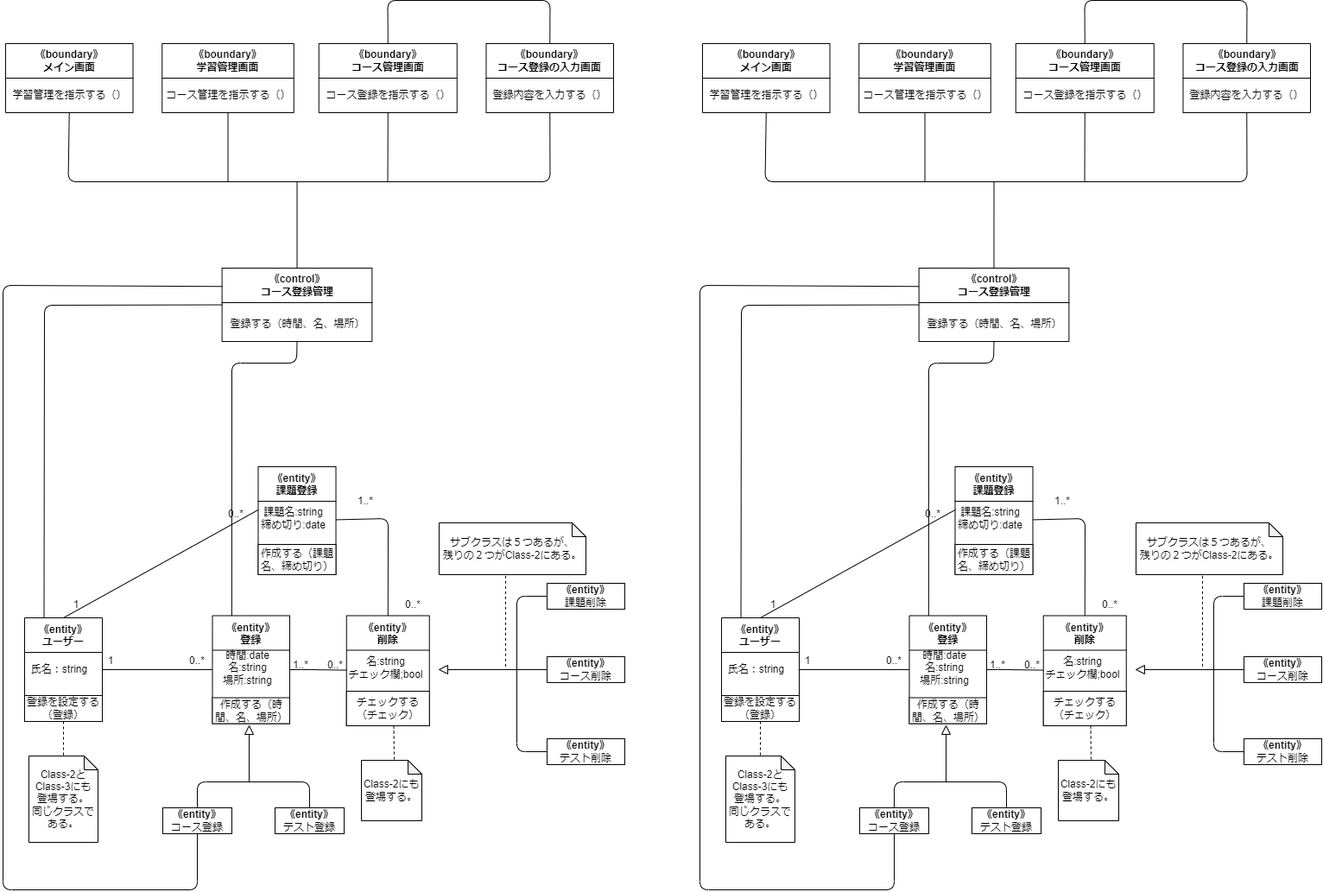
Above: 分析Class1.drawio.png in Hu-Hanxu/First-App-Self-Management- (draw.io), before the change. Source tidied: cells renumbered, new cells last; positions are measured from the earlier drawing's top-left corner, leaving out a move shared by most shapes.
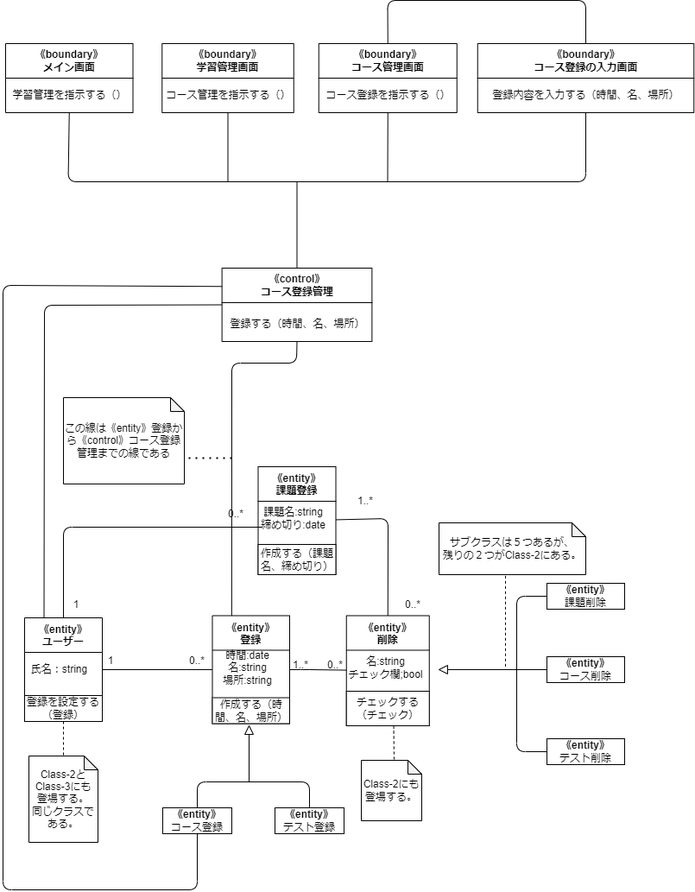
Later version of the same file.

Diff of the diagram source:
```diff
@@ -110,8 +110,12 @@
     <mxCell id="31" value="0..*" style="text;html=1;strokeColor=none;fillColor=none;align=center;verticalAlign=middle;whiteSpace=wrap;rounded=0;" parent="1" vertex="1">
       <mxGeometry x="198" y="750" width="60" height="30" as="geometry" />
     </mxCell>
-    <mxCell id="32" style="endArrow=none;html=1;exitX=0.5;exitY=0;exitDx=0;exitDy=0;entryX=0.1;entryY=0.25;entryDx=0;entryDy=0;entryPerimeter=0;" parent="1" edge="1" source="26" target="6">
-      <mxGeometry relative="1" as="geometry" />
+    <mxCell id="32" style="endArrow=none;html=1;exitX=0.5;exitY=0;exitDx=0;exitDy=0;entryX=1;entryY=1;entryDx=0;entryDy=0;" parent="1" edge="1" source="26" target="34">
+      <mxGeometry relative="1" as="geometry">
+        <Array as="points">
+          <mxPoint x="73" y="610" />
+        </Array>
+      </mxGeometry>
     </mxCell>
     <mxCell id="33" value="1" style="text;html=1;strokeColor=none;fillColor=none;align=center;verticalAlign=middle;whiteSpace=wrap;rounded=0;" parent="1" vertex="1">
       <mxGeometry x="58" y="685" width="60" height="30" as="geometry" />
@@ -167,16 +171,16 @@
       <mxGeometry x="-5" y="45" width="170" height="30" as="geometry" />
     </mxCell>
     <mxCell id="49" value="《boundary》&lt;br&gt;コース登録の入力画面" style="swimlane;whiteSpace=wrap;html=1;startSize=40;" parent="1" vertex="1">
-      <mxGeometry x="562.5" y="50" width="147.5" height="80" as="geometry" />
+      <mxGeometry x="552.8" y="50" width="250.5" height="80" as="geometry" />
     </mxCell>
-    <mxCell id="50" value="登録内容を入力する（）" style="text;html=1;align=center;verticalAlign=middle;strokeColor=none;fillColor=none;" parent="49" vertex="1">
-      <mxGeometry x="-6.2" y="45" width="160" height="30" as="geometry" />
+    <mxCell id="50" value="登録内容を入力する（時間、名、場所）" style="text;html=1;align=center;verticalAlign=middle;strokeColor=none;fillColor=none;" parent="49" vertex="1">
+      <mxGeometry x="5.2" y="45" width="240" height="30" as="geometry" />
     </mxCell>
     <mxCell id="51" style="endArrow=none;html=1;exitX=0.5;exitY=1;exitDx=0;exitDy=0;entryX=0.5;entryY=1;entryDx=0;entryDy=0;" parent="1" edge="1" source="43" target="49">
       <mxGeometry relative="1" as="geometry">
         <Array as="points">
           <mxPoint x="78.5" y="210" />
-          <mxPoint x="636.5" y="210" />
+          <mxPoint x="678" y="210" />
         </Array>
       </mxGeometry>
     </mxCell>
@@ -199,7 +203,7 @@
       <mxGeometry relative="1" as="geometry">
         <Array as="points">
           <mxPoint x="448.5" />
-          <mxPoint x="636.5" />
+          <mxPoint x="678" />
         </Array>
       </mxGeometry>
     </mxCell>
@@ -235,238 +239,14 @@
         </Array>
       </mxGeometry>
     </mxCell>
-    <mxCell id="61" value="《entity》&#10;登録" style="swimlane;startSize=40;" parent="1" vertex="1">
-      <mxGeometry x="1052.5" y="712.5" width="89.5" height="125" as="geometry" />
-    </mxCell>
-    <mxCell id="62" value="時間:date&lt;br&gt;名:string&lt;br&gt;場所:string" style="text;html=1;align=center;verticalAlign=middle;strokeColor=none;fillColor=none;" parent="61" vertex="1">
-      <mxGeometry y="30" width="80" height="60" as="geometry" />
-    </mxCell>
-    <mxCell id="63" value="作成する（時間、名、場所）" style="rounded=0;whiteSpace=wrap;html=1;" parent="61" vertex="1">
-      <mxGeometry y="95" width="89.5" height="30" as="geometry" />
-    </mxCell>
-    <mxCell id="64" value="《entity》&#10;課題登録" style="swimlane;startSize=40;" parent="1" vertex="1">
-      <mxGeometry x="1105.5" y="540" width="90" height="125" as="geometry" />
-    </mxCell>
-    <mxCell id="65" value="課題名:string&lt;br&gt;締め切り:date" style="text;html=1;align=center;verticalAlign=middle;points=[];strokeColor=none;fillColor=none;" parent="64" vertex="1">
-      <mxGeometry x="-10" y="40" width="100" height="40" as="geometry" />
-    </mxCell>
-    <mxCell id="66" value="作成する（課題名、締め切り）" style="rounded=0;whiteSpace=wrap;html=1;" parent="64" vertex="1">
-      <mxGeometry y="90" width="90" height="35" as="geometry" />
-    </mxCell>
-    <mxCell id="67" value="《entity》&#10;削除" style="swimlane;startSize=40;" parent="1" vertex="1">
-      <mxGeometry x="1207.8" y="712.5" width="96" height="127.5" as="geometry" />
-    </mxCell>
-    <mxCell id="68" value="名:string&lt;br&gt;チェック欄;bool" style="text;html=1;align=center;verticalAlign=middle;strokeColor=none;fillColor=none;" parent="67" vertex="1">
-      <mxGeometry x="-10" y="40" width="110" height="40" as="geometry" />
-    </mxCell>
-    <mxCell id="69" value="チェックする（チェック）" style="rounded=0;whiteSpace=wrap;html=1;" parent="67" vertex="1">
-      <mxGeometry y="87.5" width="96" height="40" as="geometry" />
-    </mxCell>
-    <mxCell id="70" style="endArrow=none;html=1;entryX=0.5;entryY=0;entryDx=0;entryDy=0;" parent="1" edge="1" source="64" target="67">
-      <mxGeometry relative="1" as="geometry">
-        <Array as="points">
-          <mxPoint x="1256" y="600" />
-        </Array>
-      </mxGeometry>
-    </mxCell>
-    <mxCell id="71" value="&lt;span style=&quot;font-weight: 700;&quot;&gt;《entity》&lt;/span&gt;&lt;br&gt;課題削除" style="rounded=0;whiteSpace=wrap;html=1;" parent="1" vertex="1">
-      <mxGeometry x="1440" y="675" width="90" height="30" as="geometry" />
-    </mxCell>
-    <mxCell id="72" value="&lt;span style=&quot;font-weight: 700;&quot;&gt;《entity》&lt;/span&gt;&lt;br&gt;コース削除" style="rounded=0;whiteSpace=wrap;html=1;" parent="1" vertex="1">
-      <mxGeometry x="1440" y="760" width="90" height="30" as="geometry" />
-    </mxCell>
-    <mxCell id="73" value="&lt;span style=&quot;font-weight: 700;&quot;&gt;《entity》&lt;/span&gt;&lt;br&gt;テスト削除" style="rounded=0;whiteSpace=wrap;html=1;" parent="1" vertex="1">
-      <mxGeometry x="1440" y="855" width="90" height="30" as="geometry" />
-    </mxCell>
-    <mxCell id="74" style="endArrow=none;html=1;" parent="1" edge="1" source="61" target="67">
-      <mxGeometry relative="1" as="geometry">
-        <Array as="points">
-          <mxPoint x="1165" y="775" />
-        </Array>
-      </mxGeometry>
-    </mxCell>
-    <mxCell id="75" value="&lt;span style=&quot;font-weight: 700;&quot;&gt;《entity》&lt;/span&gt;&lt;br&gt;コース登録" style="rounded=0;whiteSpace=wrap;html=1;" parent="1" vertex="1">
-      <mxGeometry x="995" y="935" width="80" height="30" as="geometry" />
-    </mxCell>
-    <mxCell id="76" value="&lt;span style=&quot;font-weight: 700;&quot;&gt;《entity》&lt;/span&gt;&lt;br&gt;テスト登録" style="rounded=0;whiteSpace=wrap;html=1;" parent="1" vertex="1">
-      <mxGeometry x="1125" y="935" width="80" height="30" as="geometry" />
-    </mxCell>
-    <mxCell id="77" value="1..*" style="text;html=1;strokeColor=none;fillColor=none;align=center;verticalAlign=middle;whiteSpace=wrap;rounded=0;" parent="1" vertex="1">
-      <mxGeometry x="1200" y="565" width="60" height="30" as="geometry" />
-    </mxCell>
-    <mxCell id="78" value="1..*" style="text;html=1;strokeColor=none;fillColor=none;align=center;verticalAlign=middle;whiteSpace=wrap;rounded=0;" parent="1" vertex="1">
-      <mxGeometry x="1125" y="755" width="60" height="30" as="geometry" />
-    </mxCell>
-    <mxCell id="79" value="0..*" style="text;html=1;strokeColor=none;fillColor=none;align=center;verticalAlign=middle;whiteSpace=wrap;rounded=0;" parent="1" vertex="1">
-      <mxGeometry x="1165" y="755" width="60" height="30" as="geometry" />
-    </mxCell>
-    <mxCell id="80" value="0..*" style="text;html=1;strokeColor=none;fillColor=none;align=center;verticalAlign=middle;whiteSpace=wrap;rounded=0;" parent="1" vertex="1">
-      <mxGeometry x="1255" y="685" width="60" height="30" as="geometry" />
-    </mxCell>
-    <mxCell id="81" style="endArrow=none;html=1;exitX=0.5;exitY=0;exitDx=0;exitDy=0;entryX=0.5;entryY=0;entryDx=0;entryDy=0;" parent="1" edge="1" source="75" target="76">
-      <mxGeometry relative="1" as="geometry">
-        <Array as="points">
-          <mxPoint x="1035" y="905" />
-          <mxPoint x="1165" y="905" />
-        </Array>
-      </mxGeometry>
-    </mxCell>
-    <mxCell id="82" style="endArrow=none;html=1;entryX=0;entryY=0.5;entryDx=0;entryDy=0;exitX=0;exitY=0.5;exitDx=0;exitDy=0;" parent="1" edge="1" source="73" target="71">
-      <mxGeometry relative="1" as="geometry">
-        <Array as="points">
-          <mxPoint x="1405" y="870" />
-          <mxPoint x="1405" y="690" />
-        </Array>
-      </mxGeometry>
-    </mxCell>
-    <mxCell id="83" style="endArrow=none;html=1;entryX=0;entryY=0.5;entryDx=0;entryDy=0;exitX=0;exitY=0.5;exitDx=0;exitDy=0;" parent="1" edge="1" source="84" target="72">
-      <mxGeometry relative="1" as="geometry" />
-    </mxCell>
-    <mxCell id="84" style="triangle;whiteSpace=wrap;html=1;direction=west;" parent="1" vertex="1">
-      <mxGeometry x="1315" y="770" width="10" height="10" as="geometry" />
-    </mxCell>
-    <mxCell id="85" value="《entity》&#10;ユーザー" style="swimlane;startSize=40;" parent="1" vertex="1">
-      <mxGeometry x="835" y="715" width="90" height="120" as="geometry" />
-    </mxCell>
-    <mxCell id="86" value="氏名：string" style="text;html=1;align=center;verticalAlign=middle;strokeColor=none;fillColor=none;" parent="85" vertex="1">
-      <mxGeometry x="-5" y="45" width="90" height="30" as="geometry" />
-    </mxCell>
-    <mxCell id="87" value="登録を設定する（登録）" style="rounded=0;whiteSpace=wrap;html=1;" parent="85" vertex="1">
-      <mxGeometry y="90" width="90" height="30" as="geometry" />
-    </mxCell>
-    <mxCell id="88" style="endArrow=none;html=1;" parent="1" edge="1" source="85" target="61">
-      <mxGeometry relative="1" as="geometry" />
-    </mxCell>
-    <mxCell id="89" value="1" style="text;html=1;strokeColor=none;fillColor=none;align=center;verticalAlign=middle;whiteSpace=wrap;rounded=0;" parent="1" vertex="1">
-      <mxGeometry x="905" y="750" width="60" height="30" as="geometry" />
-    </mxCell>
-    <mxCell id="90" value="0..*" style="text;html=1;strokeColor=none;fillColor=none;align=center;verticalAlign=middle;whiteSpace=wrap;rounded=0;" parent="1" vertex="1">
-      <mxGeometry x="1005" y="750" width="60" height="30" as="geometry" />
-    </mxCell>
-    <mxCell id="91" style="endArrow=none;html=1;exitX=0.5;exitY=0;exitDx=0;exitDy=0;entryX=0.1;entryY=0.25;entryDx=0;entryDy=0;entryPerimeter=0;" parent="1" edge="1" source="85" target="65">
-      <mxGeometry relative="1" as="geometry" />
-    </mxCell>
-    <mxCell id="92" value="1" style="text;html=1;strokeColor=none;fillColor=none;align=center;verticalAlign=middle;whiteSpace=wrap;rounded=0;" parent="1" vertex="1">
-      <mxGeometry x="865" y="685" width="60" height="30" as="geometry" />
-    </mxCell>
-    <mxCell id="93" value="0..*" style="text;html=1;strokeColor=none;fillColor=none;align=center;verticalAlign=middle;whiteSpace=wrap;rounded=0;" parent="1" vertex="1">
-      <mxGeometry x="1050" y="580" width="60" height="30" as="geometry" />
-    </mxCell>
-    <mxCell id="94" style="endArrow=none;dashed=1;html=1;exitX=0.5;exitY=1;exitDx=0;exitDy=0;entryX=0.5;entryY=0;entryDx=0;entryDy=0;entryPerimeter=0;" parent="1" edge="1" source="85" target="95">
-      <mxGeometry relative="1" as="geometry" />
-    </mxCell>
-    <mxCell id="95" value="Class-2と&lt;br&gt;Class-3にも&lt;br&gt;登場する。&lt;br&gt;同じクラスである。" style="shape=note;whiteSpace=wrap;html=1;backgroundOutline=1;darkOpacity=0.05;size=16;" parent="1" vertex="1">
-      <mxGeometry x="840" y="875" width="80" height="100" as="geometry" />
-    </mxCell>
-    <mxCell id="96" style="endArrow=none;dashed=1;html=1;exitX=0.5;exitY=1;exitDx=0;exitDy=0;" parent="1" edge="1">
-      <mxGeometry relative="1" as="geometry">
-        <mxPoint x="1262.5" y="840" as="sourcePoint" />
-        <mxPoint x="1263" y="880" as="targetPoint" />
-      </mxGeometry>
-    </mxCell>
-    <mxCell id="97" value="Class-2にも&lt;br&gt;登場する。" style="shape=note;whiteSpace=wrap;html=1;backgroundOutline=1;darkOpacity=0.05;size=16;" parent="1" vertex="1">
-      <mxGeometry x="1225" y="880" width="70" height="70" as="geometry" />
-    </mxCell>
-    <mxCell id="98" style="endArrow=none;dashed=1;html=1;exitX=0.453;exitY=1.022;exitDx=0;exitDy=0;exitPerimeter=0;" parent="1" edge="1" source="99">
-      <mxGeometry relative="1" as="geometry">
-        <mxPoint x="1392" y="775" as="targetPoint" />
-      </mxGeometry>
-    </mxCell>
-    <mxCell id="99" value="サブクラスは５つあるが、&lt;br&gt;残りの２つがClass-2にある。" style="shape=note;whiteSpace=wrap;html=1;backgroundOutline=1;darkOpacity=0.05;size=16;" parent="1" vertex="1">
-      <mxGeometry x="1315" y="605" width="170" height="60" as="geometry" />
-    </mxCell>
-    <mxCell id="100" value="&lt;span style=&quot;&quot;&gt;《control》&lt;br&gt;コース登録管理&lt;br&gt;&lt;/span&gt;" style="swimlane;whiteSpace=wrap;html=1;startSize=40;" parent="1" vertex="1">
-      <mxGeometry x="1063.6" y="310" width="173.8" height="85" as="geometry" />
-    </mxCell>
-    <mxCell id="101" value="登録する（時間、名、場所）" style="text;html=1;align=center;verticalAlign=middle;strokeColor=none;fillColor=none;" parent="100" vertex="1">
-      <mxGeometry x="-3.1" y="50" width="180" height="30" as="geometry" />
-    </mxCell>
-    <mxCell id="102" value="《boundary》&lt;br&gt;メイン画面" style="swimlane;whiteSpace=wrap;html=1;startSize=40;" parent="1" vertex="1">
-      <mxGeometry x="813" y="50" width="147.5" height="80" as="geometry" />
-    </mxCell>
-    <mxCell id="103" value="学習管理を指示する（）" style="text;html=1;align=center;verticalAlign=middle;strokeColor=none;fillColor=none;" parent="102" vertex="1">
-      <mxGeometry x="-6.2" y="45" width="160" height="30" as="geometry" />
-    </mxCell>
-    <mxCell id="104" value="《boundary》&lt;br&gt;学習管理画面" style="swimlane;whiteSpace=wrap;html=1;startSize=40;" parent="1" vertex="1">
-      <mxGeometry x="994.2" y="50" width="152.5" height="80" as="geometry" />
-    </mxCell>
-    <mxCell id="105" value="コース管理を指示する（）" style="text;html=1;align=center;verticalAlign=middle;strokeColor=none;fillColor=none;" parent="104" vertex="1">
-      <mxGeometry x="-8.8" y="45" width="170" height="30" as="geometry" />
-    </mxCell>
-    <mxCell id="106" value="《boundary》&lt;br&gt;コース管理画面" style="swimlane;whiteSpace=wrap;html=1;startSize=40;" parent="1" vertex="1">
-      <mxGeometry x="1175.8" y="50" width="160" height="80" as="geometry" />
-    </mxCell>
-    <mxCell id="107" value="コース登録を指示する（）" style="text;html=1;align=center;verticalAlign=middle;strokeColor=none;fillColor=none;" parent="106" vertex="1">
-      <mxGeometry x="-5" y="45" width="170" height="30" as="geometry" />
-    </mxCell>
-    <mxCell id="108" value="《boundary》&lt;br&gt;コース登録の入力画面" style="swimlane;whiteSpace=wrap;html=1;startSize=40;" parent="1" vertex="1">
-      <mxGeometry x="1369.5" y="50" width="147.5" height="80" as="geometry" />
-    </mxCell>
-    <mxCell id="109" value="登録内容を入力する（）" style="text;html=1;align=center;verticalAlign=middle;strokeColor=none;fillColor=none;" parent="108" vertex="1">
-      <mxGeometry x="-6.2" y="45" width="160" height="30" as="geometry" />
-    </mxCell>
-    <mxCell id="110" style="endArrow=none;html=1;exitX=0.5;exitY=1;exitDx=0;exitDy=0;entryX=0.5;entryY=1;entryDx=0;entryDy=0;" parent="1" edge="1" source="102" target="108">
-      <mxGeometry relative="1" as="geometry">
-        <Array as="points">
-          <mxPoint x="885.5" y="210" />
-          <mxPoint x="1443.5" y="210" />
-        </Array>
-      </mxGeometry>
-    </mxCell>
-    <mxCell id="111" style="endArrow=none;html=1;entryX=0.5;entryY=1;entryDx=0;entryDy=0;" parent="1" edge="1" target="106">
-      <mxGeometry relative="1" as="geometry">
-        <mxPoint x="1255.5" y="210" as="sourcePoint" />
-      </mxGeometry>
-    </mxCell>
-    <mxCell id="112" style="endArrow=none;html=1;entryX=0.5;entryY=1;entryDx=0;entryDy=0;" parent="1" edge="1" target="104">
-      <mxGeometry relative="1" as="geometry">
-        <mxPoint x="1070.5" y="210" as="sourcePoint" />
-      </mxGeometry>
-    </mxCell>
-    <mxCell id="113" style="endArrow=none;html=1;exitX=0.5;exitY=0;exitDx=0;exitDy=0;" parent="1" edge="1" source="100">
-      <mxGeometry relative="1" as="geometry">
-        <mxPoint x="1150.5" y="210" as="targetPoint" />
-      </mxGeometry>
-    </mxCell>
-    <mxCell id="114" style="endArrow=none;html=1;entryX=0.5;entryY=0;entryDx=0;entryDy=0;exitX=0.5;exitY=0;exitDx=0;exitDy=0;" parent="1" edge="1" source="106" target="108">
-      <mxGeometry relative="1" as="geometry">
-        <Array as="points">
-          <mxPoint x="1255.5" />
-          <mxPoint x="1443.5" />
-        </Array>
-      </mxGeometry>
-    </mxCell>
-    <mxCell id="115" style="endArrow=none;html=1;" parent="1" edge="1" target="116">
-      <mxGeometry relative="1" as="geometry">
-        <mxPoint x="1095" y="905" as="sourcePoint" />
-      </mxGeometry>
-    </mxCell>
-    <mxCell id="116" style="triangle;whiteSpace=wrap;html=1;direction=north;" parent="1" vertex="1">
-      <mxGeometry x="1090" y="840" width="10" height="10" as="geometry" />
-    </mxCell>
-    <mxCell id="117" style="endArrow=none;html=1;exitX=0.25;exitY=0;exitDx=0;exitDy=0;entryX=0;entryY=0.5;entryDx=0;entryDy=0;" parent="1" edge="1" source="85" target="100">
-      <mxGeometry relative="1" as="geometry">
-        <Array as="points">
-          <mxPoint x="858" y="353" />
-        </Array>
-      </mxGeometry>
-    </mxCell>
-    <mxCell id="118" style="endArrow=none;html=1;exitX=0.25;exitY=0;exitDx=0;exitDy=0;entryX=0.5;entryY=1;entryDx=0;entryDy=0;" parent="1" edge="1" source="61" target="100">
-      <mxGeometry relative="1" as="geometry">
-        <Array as="points">
-          <mxPoint x="1075" y="420" />
-          <mxPoint x="1150" y="420" />
-        </Array>
-      </mxGeometry>
-    </mxCell>
-    <mxCell id="119" style="endArrow=none;html=1;entryX=0.5;entryY=1;entryDx=0;entryDy=0;exitX=0;exitY=0.25;exitDx=0;exitDy=0;" parent="1" edge="1" source="100" target="75">
-      <mxGeometry relative="1" as="geometry">
-        <Array as="points">
-          <mxPoint x="810" y="330" />
-          <mxPoint x="810" y="1030" />
-          <mxPoint x="1035" y="1030" />
-        </Array>
-      </mxGeometry>
-    </mxCell>
+    <mxCell id="120" style="endArrow=none;dashed=1;html=1;dashPattern=1 3;strokeWidth=2;" parent="1" edge="1">
+      <mxGeometry relative="1" as="geometry">
+        <mxPoint x="178" y="530" as="sourcePoint" />
+        <mxPoint x="268" y="530" as="targetPoint" />
+      </mxGeometry>
+    </mxCell>
+    <mxCell id="121" value="この線は《entity》登録から《control》コース登録管理までの線である" style="shape=note;whiteSpace=wrap;html=1;backgroundOutline=1;darkOpacity=0.05;size=16;" parent="1" vertex="1">
+      <mxGeometry x="73" y="460" width="140" height="100" as="geometry" />
+    </mxCell>
   </root>
 </mxGraphModel>
```
